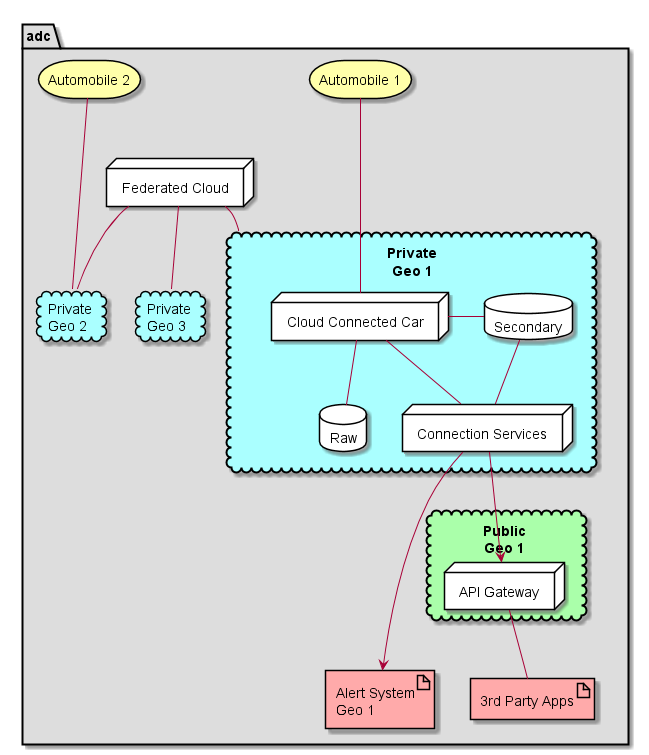
CAADE/ADC keeps this PlantUML diagram as docs/Solution/Deployment.png. Above is the earlier version.
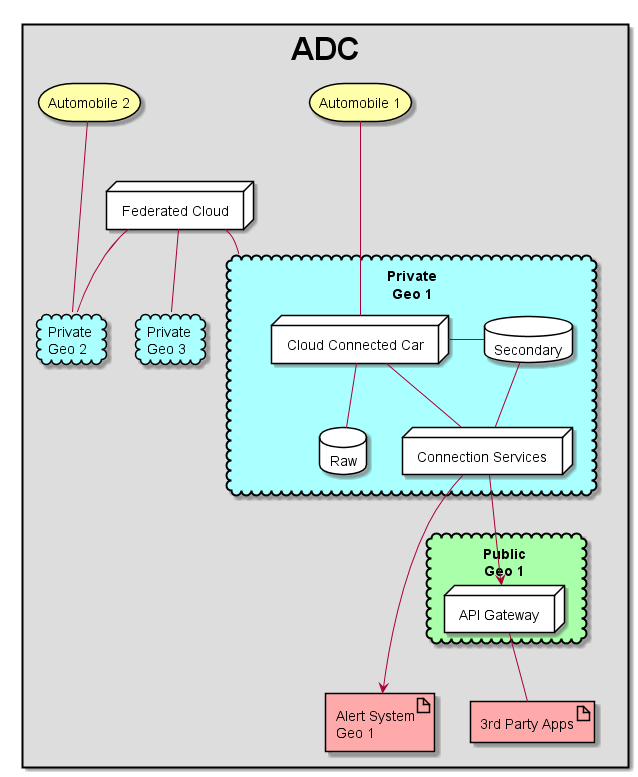
Above is the later version.

Change to the diagram source:
```diff
@@ -1,6 +1,6 @@
 @startuml
 
-package  adc #dddddd {
+rectangle <size:32>ADC</size> #dddddd {
   storage "Automobile 1" as Car1 #ffffaa
   storage "Automobile 2" as Car2 #ffffaa
   cloud "Private\nGeo 1" as Cloud1 #aaffff {
```
